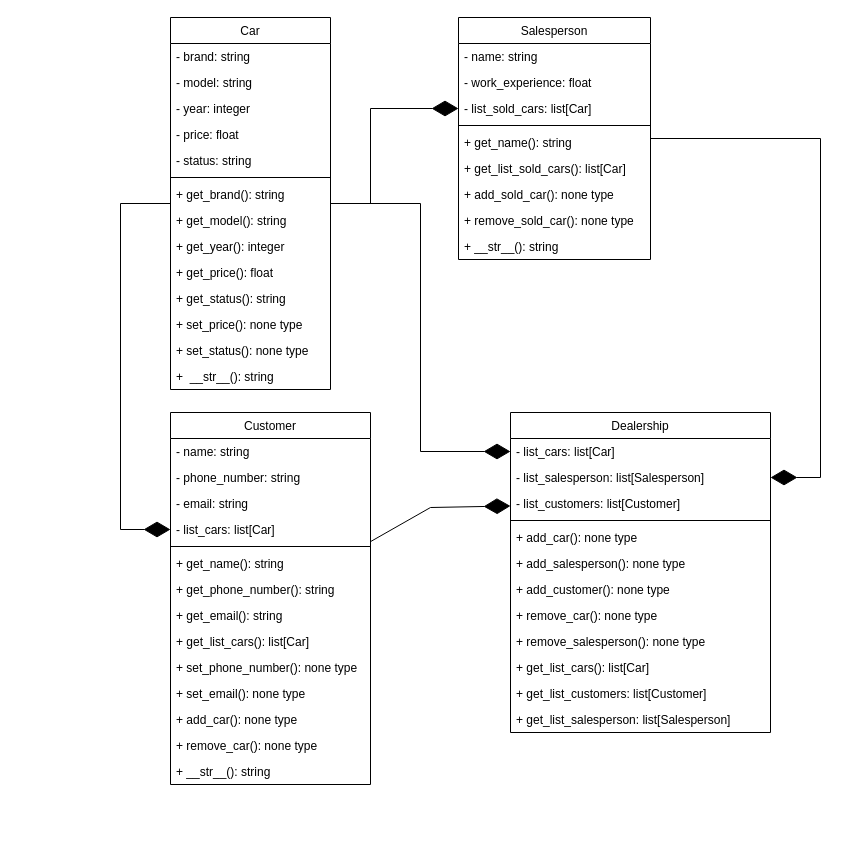
Before: hw_4/task 3/task 3.drawio in suchok94/oop_practices, a draw.io diagram. Source tidied: cells renumbered, new cells numbered last; positions are measured from the earlier drawing's top-left corner, leaving out a move shared by most shapes. Both pictures are drawn from the tidied source at 100%, with x=0, y=0 at pixel (120, 17).
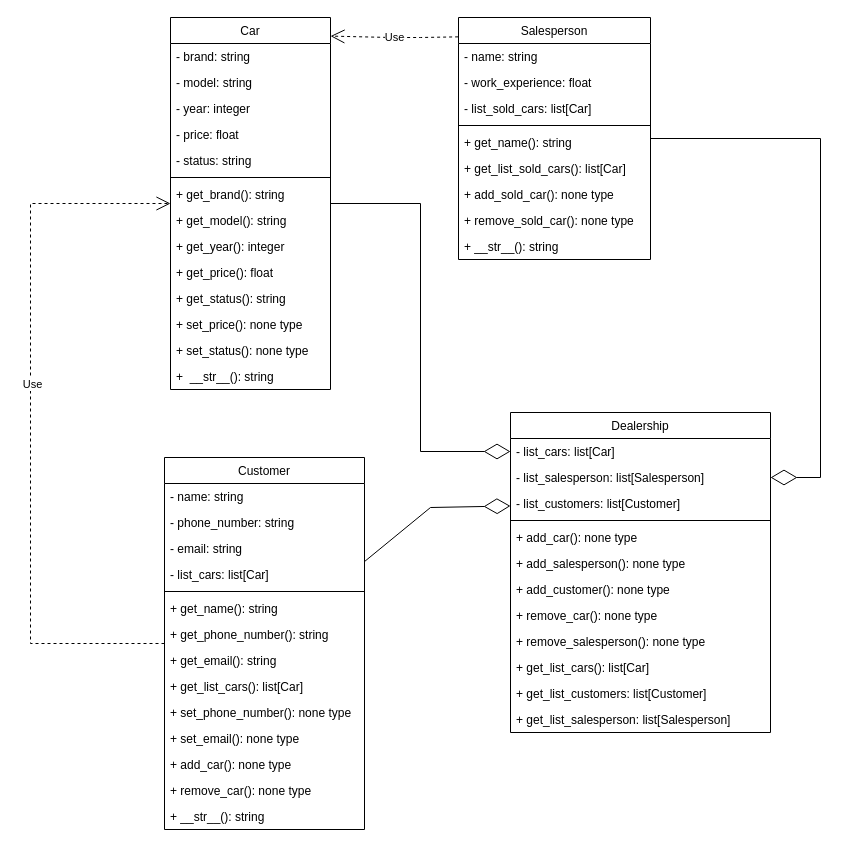
Above is the later version.

Commit message (it also covers changes not shown here):
change diagramm of classes and make methods in classes

The change refers to these unchanged cells:
```xml
<mxCell id="2" value="Car" style="swimlane;fontStyle=0;align=center;verticalAlign=top;horizontal=1;startSize=26;rounded=0;shadow=0;strokeWidth=1;" parent="1" vertex="1">
  <mxGeometry x="50" width="160" height="372" as="geometry" />
</mxCell>
<mxCell id="21" value="- list_cars: list[Car]" style="text;align=left;verticalAlign=top;spacingLeft=4;spacingRight=4;overflow=hidden;points=[[0,0.5],[1,0.5]];portConstraint=eastwest;rounded=0;shadow=0;html=0;" parent="17" vertex="1">
  <mxGeometry y="104" width="200" height="26" as="geometry" />
</mxCell>
<mxCell id="33" value="- list_cars: list[Car]" style="text;align=left;verticalAlign=top;spacingLeft=4;spacingRight=4;overflow=hidden;points=[[0,0.5],[1,0.5]];portConstraint=eastwest;" parent="32" vertex="1">
  <mxGeometry y="26" width="260" height="26" as="geometry" />
</mxCell>
<mxCell id="34" value="- list_salesperson: list[Salesperson]" style="text;align=left;verticalAlign=top;spacingLeft=4;spacingRight=4;overflow=hidden;points=[[0,0.5],[1,0.5]];portConstraint=eastwest;" parent="32" vertex="1">
  <mxGeometry y="52" width="260" height="26" as="geometry" />
</mxCell>
<mxCell id="35" value="- list_customers: list[Customer]" style="text;align=left;verticalAlign=top;spacingLeft=4;spacingRight=4;overflow=hidden;points=[[0,0.5],[1,0.5]];portConstraint=eastwest;" parent="32" vertex="1">
  <mxGeometry y="78" width="260" height="26" as="geometry" />
</mxCell>
<mxCell id="45" value="Salesperson" style="swimlane;fontStyle=0;align=center;verticalAlign=top;horizontal=1;startSize=26;rounded=0;shadow=0;strokeWidth=1;" parent="1" vertex="1">
  <mxGeometry x="338" width="192" height="242" as="geometry" />
</mxCell>
<mxCell id="48" value="- list_sold_cars: list[Car]" style="text;align=left;verticalAlign=top;spacingLeft=4;spacingRight=4;overflow=hidden;points=[[0,0.5],[1,0.5]];portConstraint=eastwest;rounded=0;shadow=0;html=0;" parent="45" vertex="1">
  <mxGeometry y="78" width="192" height="26" as="geometry" />
</mxCell>
```

The edit, as a diff of the source:
```diff
@@
     <mxCell id="17" value="Customer" style="swimlane;fontStyle=0;align=center;verticalAlign=top;horizontal=1;startSize=26;rounded=0;shadow=0;strokeWidth=1;" parent="1" vertex="1">
-      <mxGeometry x="50" y="395" width="200" height="372" as="geometry" />
+      <mxGeometry x="44" y="440" width="200" height="372" as="geometry" />
     </mxCell>
@@
-    <mxCell id="55" style="endArrow=diamondThin;endFill=1;endSize=24;html=1;rounded=0;" parent="1" edge="1" source="2" target="48">
-      <mxGeometry relative="1" as="geometry">
-        <Array as="points">
-          <mxPoint x="250" y="186" />
-          <mxPoint x="250" y="91" />
-        </Array>
-      </mxGeometry>
-    </mxCell>
-    <mxCell id="56" style="endArrow=diamondThin;endFill=1;endSize=24;html=1;rounded=0;" parent="1" edge="1" source="2" target="21">
-      <mxGeometry relative="1" as="geometry">
-        <Array as="points">
-          <mxPoint y="186" />
-          <mxPoint y="512" />
-        </Array>
-      </mxGeometry>
-    </mxCell>
-    <mxCell id="57" style="endArrow=diamondThin;endFill=1;endSize=24;html=1;rounded=0;" parent="1" edge="1" source="2" target="33">
+    <mxCell id="57" style="endArrow=diamondThin;endFill=0;endSize=24;html=1;rounded=0;" parent="1" edge="1" source="2" target="33">
       <mxGeometry relative="1" as="geometry">
         <Array as="points">
           <mxPoint x="300" y="186" />
           <mxPoint x="300" y="434" />
         </Array>
       </mxGeometry>
     </mxCell>
-    <mxCell id="58" style="endArrow=diamondThin;endFill=1;endSize=24;html=1;rounded=0;" parent="1" edge="1" source="45" target="34">
+    <mxCell id="58" style="endArrow=diamondThin;endFill=0;endSize=24;html=1;rounded=0;" parent="1" edge="1" source="45" target="34">
       <mxGeometry relative="1" as="geometry">
         <Array as="points">
           <mxPoint x="700" y="121" />
           <mxPoint x="700" y="460" />
         </Array>
       </mxGeometry>
     </mxCell>
-    <mxCell id="59" style="endArrow=diamondThin;endFill=1;endSize=24;html=1;rounded=0;" parent="1" edge="1" source="17" target="35">
+    <mxCell id="59" style="endArrow=diamondThin;endFill=0;endSize=24;html=1;rounded=0;" parent="1" edge="1" source="17" target="35">
       <mxGeometry relative="1" as="geometry">
         <Array as="points">
           <mxPoint x="310" y="490" />
         </Array>
       </mxGeometry>
     </mxCell>
+    <mxCell id="60" value="Use" style="endArrow=open;endSize=12;dashed=1;html=1;rounded=0;" parent="1" edge="1" source="17" target="2">
+      <mxGeometry x="0.1" y="-2" relative="1" as="geometry">
+        <Array as="points">
+          <mxPoint x="-90" y="626" />
+          <mxPoint x="-90" y="186" />
+        </Array>
+      </mxGeometry>
+    </mxCell>
+    <mxCell id="61" value="Use" style="endArrow=open;endSize=12;dashed=1;html=1;rounded=0;entryX=1;entryY=0.05;entryDx=0;entryDy=0;entryPerimeter=0;exitX=-0.002;exitY=0.08;exitDx=0;exitDy=0;exitPerimeter=0;" parent="1" edge="1" source="45" target="2">
+      <mxGeometry relative="1" as="geometry">
+        <Array as="points">
+          <mxPoint x="300" y="20" />
+          <mxPoint x="270" y="20" />
+        </Array>
+      </mxGeometry>
+    </mxCell>
```
